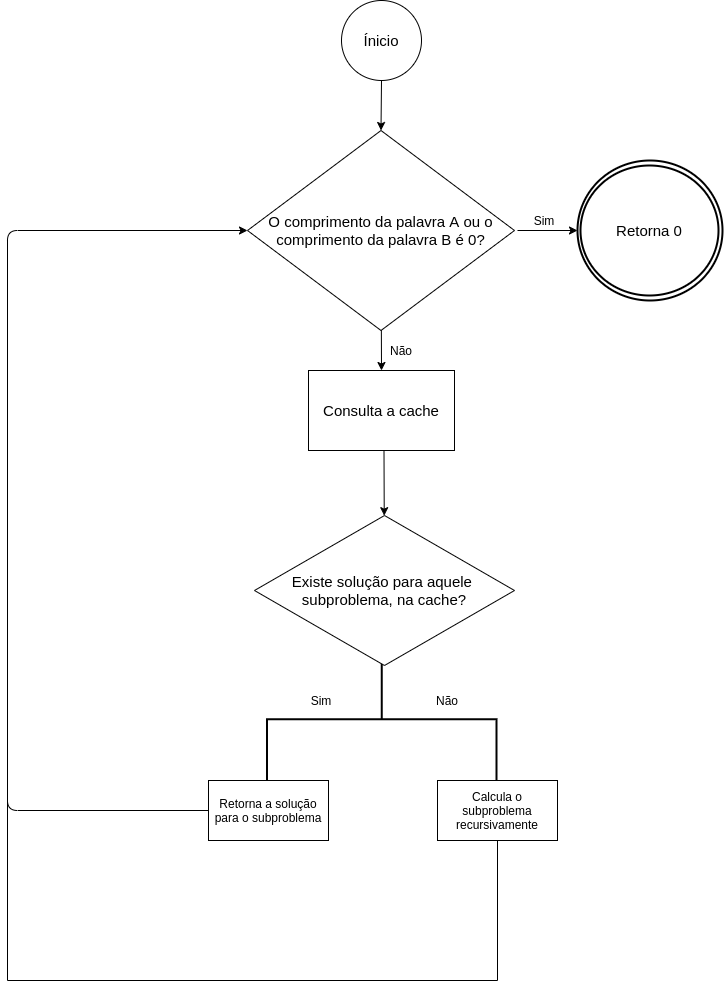
sofiamoniz/AA1st keeps this draw.io diagram as fluxo/memoization.png. Above is the earlier version. Source tidied: cells renumbered, new cells last; positions are measured from the earlier drawing's top-left corner, leaving out a move shared by most shapes. Its diagram source:
```xml
<mxGraphModel>
  <root>
    <mxCell id="0" />
    <mxCell id="1" parent="0" />
    <mxCell id="2" value="&lt;font style=&quot;font-size: 15px&quot;&gt;Ínicio&lt;/font&gt;" style="ellipse;whiteSpace=wrap;html=1;" parent="1" vertex="1">
      <mxGeometry x="334" width="80" height="80" as="geometry" />
    </mxCell>
    <mxCell id="3" value="&lt;font style=&quot;font-size: 15px&quot;&gt;O comprimento da palavra A ou o comprimento da palavra B é 0?&lt;/font&gt;" style="rhombus;whiteSpace=wrap;html=1;" parent="1" vertex="1">
      <mxGeometry x="240" y="130" width="267" height="200" as="geometry" />
    </mxCell>
    <mxCell id="4" style="endArrow=classic;html=1;" parent="1" edge="1">
      <mxGeometry relative="1" as="geometry">
        <mxPoint x="510" y="230" as="sourcePoint" />
        <mxPoint x="570" y="230" as="targetPoint" />
      </mxGeometry>
    </mxCell>
    <mxCell id="5" style="strokeWidth=2;html=1;shape=mxgraph.flowchart.start_2;whiteSpace=wrap;" parent="1" vertex="1">
      <mxGeometry x="570" y="160" width="145" height="140" as="geometry" />
    </mxCell>
    <mxCell id="6" value="&lt;font style=&quot;font-size: 15px&quot;&gt;Retorna 0&lt;/font&gt;" style="strokeWidth=2;html=1;shape=mxgraph.flowchart.start_2;whiteSpace=wrap;" parent="1" vertex="1">
      <mxGeometry x="573" y="165" width="138" height="130" as="geometry" />
    </mxCell>
    <mxCell id="7" style="endArrow=classic;html=1;entryX=0.5;entryY=0;entryDx=0;entryDy=0;" parent="1" edge="1" target="3">
      <mxGeometry relative="1" as="geometry">
        <mxPoint x="374" y="80" as="sourcePoint" />
      </mxGeometry>
    </mxCell>
    <mxCell id="8" value="Sim" style="text;html=1;strokeColor=none;fillColor=none;align=center;verticalAlign=middle;whiteSpace=wrap;rounded=0;" parent="1" vertex="1">
      <mxGeometry x="517" y="210" width="40" height="20" as="geometry" />
    </mxCell>
    <mxCell id="9" style="strokeWidth=2;html=1;shape=mxgraph.flowchart.annotation_2;align=left;labelPosition=right;rotation=90;" parent="1" vertex="1">
      <mxGeometry x="311.5" y="604" width="125.5" height="229.5" as="geometry" />
    </mxCell>
    <mxCell id="10" style="endArrow=classic;html=1;entryX=0;entryY=0.5;entryDx=0;entryDy=0;exitX=0;exitY=0.5;exitDx=0;exitDy=0;" parent="1" edge="1" source="18" target="3">
      <mxGeometry relative="1" as="geometry">
        <Array as="points">
          <mxPoint y="810" />
          <mxPoint y="230" />
        </Array>
      </mxGeometry>
    </mxCell>
    <mxCell id="11" value="&lt;span style=&quot;font-size: 15px&quot;&gt;Existe solução para aquele &lt;br&gt;subproblema, na cache?&lt;/span&gt;" style="rhombus;whiteSpace=wrap;html=1;" parent="1" vertex="1">
      <mxGeometry x="247" y="515" width="260" height="150" as="geometry" />
    </mxCell>
    <mxCell id="12" value="&lt;span style=&quot;font-size: 15px&quot;&gt;Consulta a cache&lt;/span&gt;" style="rounded=0;whiteSpace=wrap;html=1;" parent="1" vertex="1">
      <mxGeometry x="301" y="370" width="146" height="80" as="geometry" />
    </mxCell>
    <mxCell id="13" value="Sim" style="text;html=1;strokeColor=none;fillColor=none;align=center;verticalAlign=middle;whiteSpace=wrap;rounded=0;" parent="1" vertex="1">
      <mxGeometry x="294" y="690" width="40" height="20" as="geometry" />
    </mxCell>
    <mxCell id="14" value="Não" style="text;html=1;strokeColor=none;fillColor=none;align=center;verticalAlign=middle;whiteSpace=wrap;rounded=0;" parent="1" vertex="1">
      <mxGeometry x="420" y="690" width="40" height="20" as="geometry" />
    </mxCell>
    <mxCell id="15" style="endArrow=classic;html=1;" parent="1" edge="1" source="3">
      <mxGeometry relative="1" as="geometry">
        <mxPoint x="374" y="370" as="targetPoint" />
      </mxGeometry>
    </mxCell>
    <mxCell id="16" style="endArrow=classic;html=1;exitX=0.5;exitY=1;exitDx=0;exitDy=0;" parent="1" edge="1" target="11">
      <mxGeometry relative="1" as="geometry">
        <mxPoint x="376.5" y="450" as="sourcePoint" />
      </mxGeometry>
    </mxCell>
    <mxCell id="17" value="Não" style="text;html=1;strokeColor=none;fillColor=none;align=center;verticalAlign=middle;whiteSpace=wrap;rounded=0;" parent="1" vertex="1">
      <mxGeometry x="374" y="340" width="40" height="20" as="geometry" />
    </mxCell>
    <mxCell id="18" value="Retorna a solução para o subproblema" style="rounded=0;whiteSpace=wrap;html=1;" parent="1" vertex="1">
      <mxGeometry x="201" y="780" width="120" height="60" as="geometry" />
    </mxCell>
    <mxCell id="19" style="edgeStyle=orthogonalEdgeStyle;rounded=0;jettySize=auto;html=1;endArrow=none;endFill=0;exitX=0.5;exitY=1;exitDx=0;exitDy=0;" parent="1" edge="1" source="20">
      <mxGeometry relative="1" as="geometry">
        <mxPoint y="790" as="targetPoint" />
        <Array as="points">
          <mxPoint x="490" y="980" />
          <mxPoint y="980" />
        </Array>
      </mxGeometry>
    </mxCell>
    <mxCell id="20" value="Calcula o subproblema recursivamente" style="rounded=0;whiteSpace=wrap;html=1;" parent="1" vertex="1">
      <mxGeometry x="430" y="780" width="120" height="60" as="geometry" />
    </mxCell>
  </root>
</mxGraphModel>
```
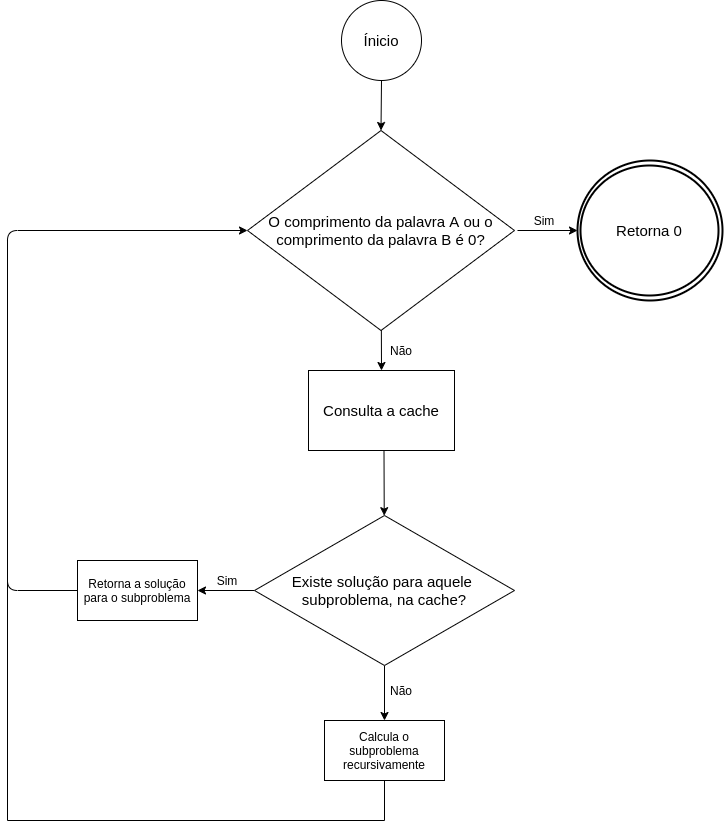
After the commit.

What changed in the source:
```diff
@@ -28,17 +28,20 @@
     <mxCell id="8" value="Sim" style="text;html=1;strokeColor=none;fillColor=none;align=center;verticalAlign=middle;whiteSpace=wrap;rounded=0;" parent="1" vertex="1">
       <mxGeometry x="517" y="210" width="40" height="20" as="geometry" />
     </mxCell>
-    <mxCell id="9" style="strokeWidth=2;html=1;shape=mxgraph.flowchart.annotation_2;align=left;labelPosition=right;rotation=90;" parent="1" vertex="1">
-      <mxGeometry x="311.5" y="604" width="125.5" height="229.5" as="geometry" />
-    </mxCell>
     <mxCell id="10" style="endArrow=classic;html=1;entryX=0;entryY=0.5;entryDx=0;entryDy=0;exitX=0;exitY=0.5;exitDx=0;exitDy=0;" parent="1" edge="1" source="18" target="3">
       <mxGeometry relative="1" as="geometry">
         <Array as="points">
-          <mxPoint y="810" />
+          <mxPoint y="590" />
           <mxPoint y="230" />
         </Array>
       </mxGeometry>
     </mxCell>
+    <mxCell id="21" style="edgeStyle=orthogonalEdgeStyle;rounded=0;jettySize=auto;html=1;entryX=1;entryY=0.5;entryDx=0;entryDy=0;" parent="1" edge="1" source="11" target="18">
+      <mxGeometry relative="1" as="geometry" />
+    </mxCell>
+    <mxCell id="22" style="edgeStyle=orthogonalEdgeStyle;rounded=0;jettySize=auto;html=1;entryX=0.5;entryY=0;entryDx=0;entryDy=0;" parent="1" edge="1" source="11" target="20">
+      <mxGeometry relative="1" as="geometry" />
+    </mxCell>
     <mxCell id="11" value="&lt;span style=&quot;font-size: 15px&quot;&gt;Existe solução para aquele &lt;br&gt;subproblema, na cache?&lt;/span&gt;" style="rhombus;whiteSpace=wrap;html=1;" parent="1" vertex="1">
       <mxGeometry x="247" y="515" width="260" height="150" as="geometry" />
     </mxCell>
@@ -46,10 +49,10 @@
       <mxGeometry x="301" y="370" width="146" height="80" as="geometry" />
     </mxCell>
     <mxCell id="13" value="Sim" style="text;html=1;strokeColor=none;fillColor=none;align=center;verticalAlign=middle;whiteSpace=wrap;rounded=0;" parent="1" vertex="1">
-      <mxGeometry x="294" y="690" width="40" height="20" as="geometry" />
+      <mxGeometry x="200" y="570" width="40" height="20" as="geometry" />
     </mxCell>
     <mxCell id="14" value="Não" style="text;html=1;strokeColor=none;fillColor=none;align=center;verticalAlign=middle;whiteSpace=wrap;rounded=0;" parent="1" vertex="1">
-      <mxGeometry x="420" y="690" width="40" height="20" as="geometry" />
+      <mxGeometry x="374" y="680" width="40" height="20" as="geometry" />
     </mxCell>
     <mxCell id="15" style="endArrow=classic;html=1;" parent="1" edge="1" source="3">
       <mxGeometry relative="1" as="geometry">
@@ -65,19 +68,19 @@
       <mxGeometry x="374" y="340" width="40" height="20" as="geometry" />
     </mxCell>
     <mxCell id="18" value="Retorna a solução para o subproblema" style="rounded=0;whiteSpace=wrap;html=1;" parent="1" vertex="1">
-      <mxGeometry x="201" y="780" width="120" height="60" as="geometry" />
+      <mxGeometry x="70" y="560" width="120" height="60" as="geometry" />
     </mxCell>
     <mxCell id="19" style="edgeStyle=orthogonalEdgeStyle;rounded=0;jettySize=auto;html=1;endArrow=none;endFill=0;exitX=0.5;exitY=1;exitDx=0;exitDy=0;" parent="1" edge="1" source="20">
       <mxGeometry relative="1" as="geometry">
-        <mxPoint y="790" as="targetPoint" />
+        <mxPoint y="570" as="targetPoint" />
         <Array as="points">
-          <mxPoint x="490" y="980" />
-          <mxPoint y="980" />
+          <mxPoint x="377" y="820" />
+          <mxPoint y="820" />
         </Array>
       </mxGeometry>
     </mxCell>
     <mxCell id="20" value="Calcula o subproblema recursivamente" style="rounded=0;whiteSpace=wrap;html=1;" parent="1" vertex="1">
-      <mxGeometry x="430" y="780" width="120" height="60" as="geometry" />
+      <mxGeometry x="317" y="720" width="120" height="60" as="geometry" />
     </mxCell>
   </root>
 </mxGraphModel>
```
